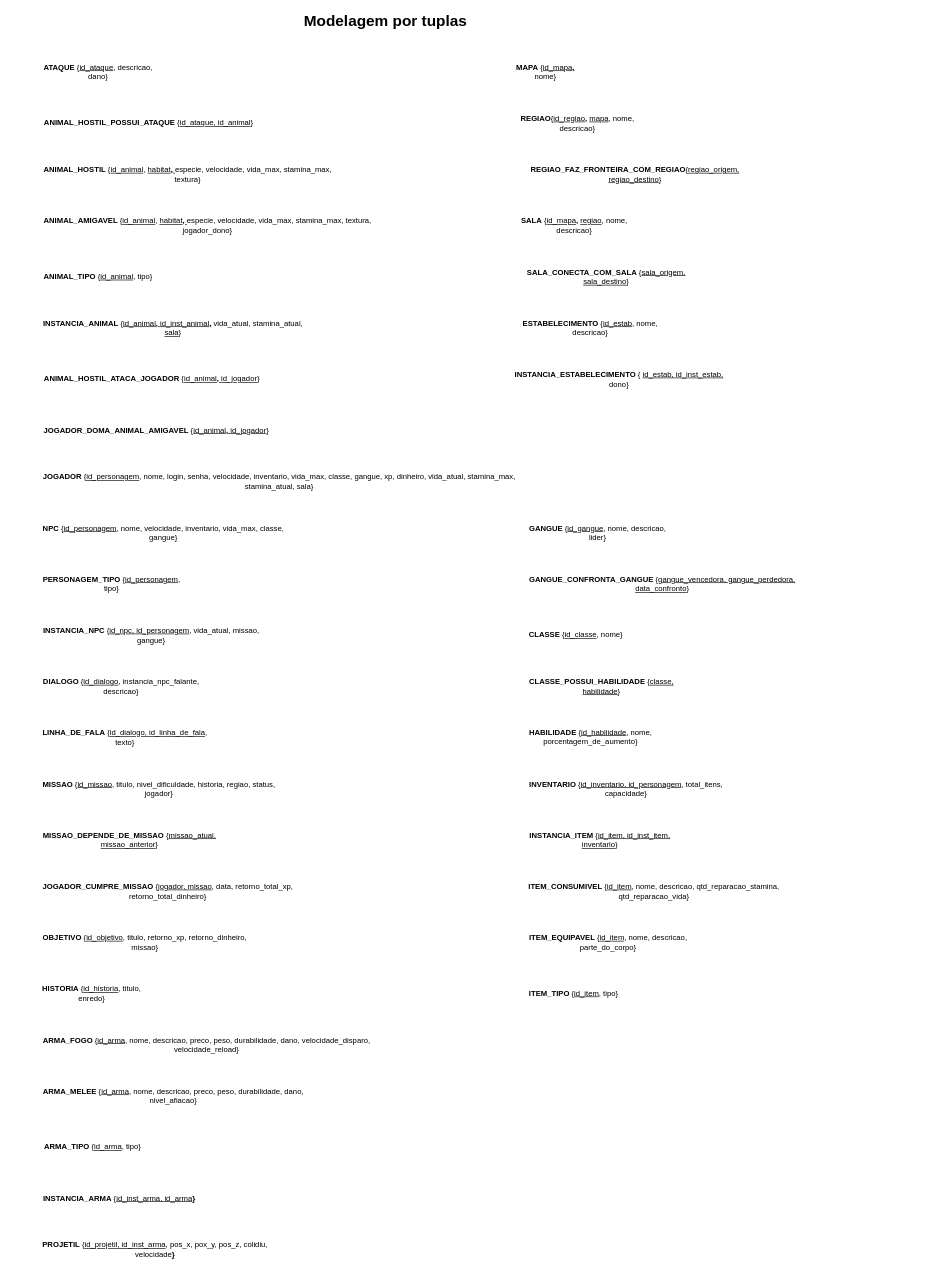
Earlier version of the draw.io diagram entregas/entrega1/MREL/MREL_tuplas.drawio (SBD1/2024.1-Red_Dead_Redemption2). Source tidied: cells renumbered, new cells numbered last; positions are measured from the earlier drawing's top-left corner, leaving out a move shared by most shapes. Both pictures are drawn from the tidied source at 64%, with x=0, y=0 at pixel (11, 11).
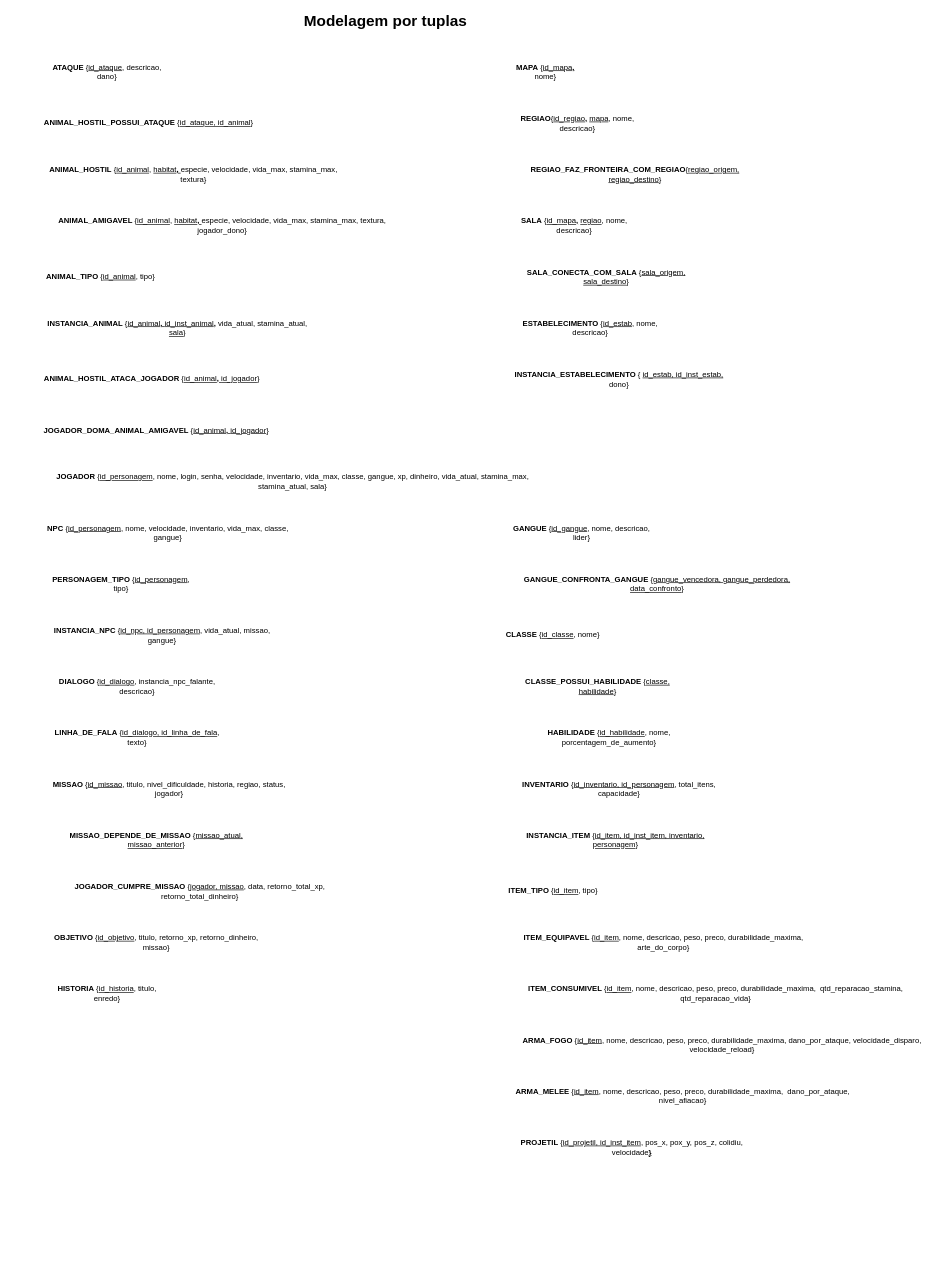
After the change.

Diff of the diagram source:
```diff
@@
     <mxCell id="3" value="&lt;b&gt;ANIMAL_HOSTIL&amp;nbsp;&lt;/b&gt;{&lt;u&gt;id_animal&lt;/u&gt;, &lt;u&gt;habitat&lt;/u&gt;&lt;b&gt;&lt;u&gt;,&amp;nbsp;&lt;/u&gt;&lt;/b&gt;especie, velocidade, vida_max, stamina_max, textura}" style="text;html=1;align=center;verticalAlign=middle;whiteSpace=wrap;rounded=0;" parent="1" vertex="1">
-      <mxGeometry x="41" y="240" width="470" height="30" as="geometry" />
+      <mxGeometry x="50" y="240" width="470" height="30" as="geometry" />
     </mxCell>
     <mxCell id="4" value="&lt;b&gt;ANIMAL_AMIGAVEL&amp;nbsp;&lt;/b&gt;{&lt;u&gt;id_animal&lt;/u&gt;, &lt;u&gt;habitat&lt;/u&gt;&lt;u style=&quot;font-weight: bold;&quot;&gt;,&amp;nbsp;&lt;/u&gt;especie,&amp;nbsp;velocidade, vida_max, stamina_max, textura, jogador_dono}" style="text;html=1;align=center;verticalAlign=middle;whiteSpace=wrap;rounded=0;" parent="1" vertex="1">
-      <mxGeometry x="27" y="320" width="560" height="30" as="geometry" />
+      <mxGeometry x="50" y="320" width="560" height="30" as="geometry" />
     </mxCell>
     <mxCell id="5" value="&lt;b&gt;ATAQUE&lt;/b&gt;&amp;nbsp;{&lt;u&gt;id_ataque&lt;/u&gt;, descricao, dano}" style="text;align=center;verticalAlign=middle;whiteSpace=wrap;rounded=0;html=1;" parent="1" vertex="1">
-      <mxGeometry x="36" y="80" width="200" height="30" as="geometry" />
+      <mxGeometry x="50" y="80" width="200" height="30" as="geometry" />
     </mxCell>
@@
     <mxCell id="7" value="&lt;b&gt;INSTANCIA_ANIMAL&lt;/b&gt;&amp;nbsp;{&lt;u&gt;id_animal&lt;/u&gt;&lt;u style=&quot;font-weight: bold;&quot;&gt;, &lt;/u&gt;&lt;u&gt;id_inst_animal&lt;/u&gt;&lt;u style=&quot;font-weight: bold;&quot;&gt;,&lt;/u&gt; vida_atual, stamina_atual, &lt;u&gt;sala&lt;/u&gt;}" style="text;align=center;verticalAlign=middle;whiteSpace=wrap;rounded=0;html=1;" parent="1" vertex="1">
-      <mxGeometry x="43" y="480" width="420" height="30" as="geometry" />
+      <mxGeometry x="50" y="480" width="420" height="30" as="geometry" />
     </mxCell>
     <mxCell id="8" value="&lt;b&gt;ANIMAL_TIPO&amp;nbsp;&lt;/b&gt;{&lt;u&gt;id_animal&lt;/u&gt;, tipo}" style="text;html=1;align=center;verticalAlign=middle;whiteSpace=wrap;rounded=0;" parent="1" vertex="1">
-      <mxGeometry x="46" y="400" width="180" height="30" as="geometry" />
+      <mxGeometry x="50" y="400" width="180" height="30" as="geometry" />
     </mxCell>
@@
     <mxCell id="18" value="&lt;b&gt;INSTANCIA_NPC&lt;/b&gt; {&lt;u&gt;id_npc, id_personagem&lt;/u&gt;, vida_atual, missao, gangue}" style="text;align=center;verticalAlign=middle;whiteSpace=wrap;rounded=0;html=1;" parent="1" vertex="1">
-      <mxGeometry x="34" y="960" width="370" height="30" as="geometry" />
+      <mxGeometry x="52" y="960" width="368" height="30" as="geometry" />
     </mxCell>
     <mxCell id="19" value="&lt;div style=&quot;text-align: center;&quot;&gt;&lt;span style=&quot;background-color: initial; text-align: start;&quot;&gt;&lt;b&gt;JOGADOR&lt;/b&gt;&lt;/span&gt;&lt;span style=&quot;background-color: initial;&quot;&gt;&amp;nbsp;{&lt;u&gt;id_personagem&lt;/u&gt;, nome, login, senha, velocidade, inventario, vida_max, classe, gangue, xp, dinheiro, vida_atual, stamina_max, stamina_atual, sala}&lt;/span&gt;&lt;/div&gt;" style="text;align=center;verticalAlign=middle;whiteSpace=wrap;rounded=0;html=1;" parent="1" vertex="1">
-      <mxGeometry x="29" y="720" width="780" height="30" as="geometry" />
+      <mxGeometry x="50" y="720" width="780" height="30" as="geometry" />
     </mxCell>
     <mxCell id="20" value="&lt;div style=&quot;text-align: center;&quot;&gt;&lt;span style=&quot;background-color: initial; text-align: start;&quot;&gt;&lt;b&gt;NPC&lt;/b&gt;&lt;/span&gt;&lt;span style=&quot;background-color: initial;&quot;&gt;&amp;nbsp;{&lt;u&gt;id_personagem&lt;/u&gt;, nome, velocidade, inventario, vida_max, classe, gangue&lt;u&gt;}&lt;/u&gt;&lt;/span&gt;&lt;/div&gt;" style="text;align=center;verticalAlign=middle;whiteSpace=wrap;rounded=0;html=1;" parent="1" vertex="1">
-      <mxGeometry x="43" y="800" width="390" height="30" as="geometry" />
+      <mxGeometry x="50" y="800" width="390" height="30" as="geometry" />
     </mxCell>
     <mxCell id="21" value="&lt;div style=&quot;text-align: center;&quot;&gt;&lt;span style=&quot;background-color: initial; text-align: start;&quot;&gt;&lt;b&gt;PERSONAGEM_TIPO&lt;/b&gt;&lt;/span&gt;&lt;span style=&quot;background-color: initial;&quot;&gt;&amp;nbsp;{&lt;u&gt;id_personagem&lt;/u&gt;, tipo}&lt;/span&gt;&lt;/div&gt;" style="text;align=center;verticalAlign=middle;whiteSpace=wrap;rounded=0;html=1;" parent="1" vertex="1">
-      <mxGeometry x="37" y="880" width="240" height="30" as="geometry" />
+      <mxGeometry x="52" y="880" width="240" height="30" as="geometry" />
     </mxCell>
     <mxCell id="22" value="&lt;b&gt;DIALOGO&lt;/b&gt;&amp;nbsp;{&lt;u&gt;id_dialogo&lt;/u&gt;, instancia_npc_falante, descricao}" style="text;align=center;verticalAlign=middle;whiteSpace=wrap;rounded=0;html=1;" parent="1" vertex="1">
-      <mxGeometry x="27" y="1040" width="290" height="30" as="geometry" />
+      <mxGeometry x="52" y="1040" width="290" height="30" as="geometry" />
     </mxCell>
     <mxCell id="23" value="&lt;b&gt;LINHA_DE_FALA&lt;/b&gt;&amp;nbsp;{&lt;u&gt;id_dialogo, id_linha_de_fala&lt;/u&gt;, texto}" style="text;align=center;verticalAlign=middle;whiteSpace=wrap;rounded=0;html=1;" parent="1" vertex="1">
-      <mxGeometry x="33" y="1120" width="290" height="30" as="geometry" />
+      <mxGeometry x="52" y="1120" width="290" height="30" as="geometry" />
     </mxCell>
     <mxCell id="24" value="&lt;b&gt;MISSAO&lt;/b&gt;&amp;nbsp;{&lt;u&gt;id_missao&lt;/u&gt;, titulo, nivel_dificuldade, historia, regiao, status, jogador}" style="text;align=center;verticalAlign=middle;whiteSpace=wrap;rounded=0;html=1;" parent="1" vertex="1">
-      <mxGeometry x="36" y="1200" width="390" height="30" as="geometry" />
+      <mxGeometry x="52" y="1200" width="390" height="30" as="geometry" />
     </mxCell>
     <mxCell id="25" value="&lt;div style=&quot;text-align: center;&quot;&gt;&lt;span style=&quot;background-color: initial; text-align: start;&quot;&gt;&lt;b&gt;HISTORIA&lt;/b&gt;&lt;/span&gt;&lt;span style=&quot;background-color: initial;&quot;&gt;&amp;nbsp;{&lt;u&gt;id_historia&lt;/u&gt;, titulo, enredo}&lt;/span&gt;&lt;/div&gt;" style="text;align=center;verticalAlign=middle;whiteSpace=wrap;rounded=0;html=1;" parent="1" vertex="1">
-      <mxGeometry x="26" y="1520" width="200" height="30" as="geometry" />
+      <mxGeometry x="50" y="1520" width="200" height="30" as="geometry" />
     </mxCell>
     <mxCell id="26" value="&lt;div style=&quot;text-align: center;&quot;&gt;&lt;span style=&quot;background-color: initial; text-align: start;&quot;&gt;&lt;b&gt;OBJETIVO&lt;/b&gt;&lt;/span&gt;&lt;span style=&quot;background-color: initial;&quot;&gt;&amp;nbsp;{&lt;u&gt;id_objetivo&lt;/u&gt;, titulo,&amp;nbsp;retorno_xp, retorno_dinheiro, missao}&lt;/span&gt;&lt;/div&gt;" style="text;align=center;verticalAlign=middle;whiteSpace=wrap;rounded=0;html=1;" parent="1" vertex="1">
-      <mxGeometry x="34" y="1440" width="350" height="30" as="geometry" />
+      <mxGeometry x="52" y="1440" width="350" height="30" as="geometry" />
     </mxCell>
     <mxCell id="27" value="&lt;b&gt;MISSAO_DEPENDE_DE_MISSAO&lt;/b&gt;&amp;nbsp;{&lt;u&gt;missao_atual, missao_anterior&lt;/u&gt;}" style="text;align=center;verticalAlign=middle;whiteSpace=wrap;rounded=0;html=1;" parent="1" vertex="1">
-      <mxGeometry x="10" y="1280" width="350" height="30" as="geometry" />
+      <mxGeometry x="52" y="1280" width="350" height="30" as="geometry" />
     </mxCell>
     <mxCell id="28" value="&lt;b&gt;JOGADOR_CUMPRE_MISSAO&lt;/b&gt;&amp;nbsp;{&lt;u&gt;jogador,&amp;nbsp;missao&lt;/u&gt;, data, retorno_total_xp, retorno_total_dinheiro}" style="text;align=center;verticalAlign=middle;whiteSpace=wrap;rounded=0;html=1;" parent="1" vertex="1">
-      <mxGeometry y="1360" width="490" height="30" as="geometry" />
+      <mxGeometry x="50" y="1360" width="490" height="30" as="geometry" />
     </mxCell>
     <mxCell id="29" value="&lt;div style=&quot;text-align: center;&quot;&gt;&lt;span style=&quot;background-color: initial; text-align: start;&quot;&gt;&lt;b&gt;GANGUE&lt;/b&gt;&lt;/span&gt;&lt;span style=&quot;background-color: initial;&quot;&gt;&amp;nbsp;{&lt;u&gt;id_gangue&lt;/u&gt;, nome, descricao, lider}&lt;/span&gt;&lt;/div&gt;" style="text;align=center;verticalAlign=middle;whiteSpace=wrap;rounded=0;html=1;" parent="1" vertex="1">
-      <mxGeometry x="797" y="800" width="239" height="30" as="geometry" />
+      <mxGeometry x="772" y="800" width="239" height="30" as="geometry" />
     </mxCell>
     <mxCell id="30" value="&lt;b&gt;CLASSE&lt;/b&gt; {&lt;u&gt;id_classe&lt;/u&gt;, nome}" style="text;align=center;verticalAlign=middle;whiteSpace=wrap;rounded=0;html=1;" parent="1" vertex="1">
-      <mxGeometry x="808" y="960" width="149" height="30" as="geometry" />
+      <mxGeometry x="772" y="960" width="149" height="30" as="geometry" />
     </mxCell>
     <mxCell id="31" value="&lt;b&gt;HABILIDADE&lt;/b&gt;&amp;nbsp;{&lt;u&gt;id_habilidade&lt;/u&gt;, nome, porcentagem_de_aumento}" style="text;align=center;verticalAlign=middle;whiteSpace=wrap;rounded=0;html=1;" parent="1" vertex="1">
-      <mxGeometry x="741" y="1119" width="329" height="30" as="geometry" />
+      <mxGeometry x="770" y="1120" width="329" height="30" as="geometry" />
     </mxCell>
     <mxCell id="32" value="&lt;b&gt;CLASSE_POSSUI_HABILIDADE&lt;/b&gt;&amp;nbsp;{&lt;u&gt;classe, habilidade&lt;/u&gt;}" style="text;align=center;verticalAlign=middle;whiteSpace=wrap;rounded=0;html=1;" parent="1" vertex="1">
-      <mxGeometry x="778" y="1040" width="289" height="30" as="geometry" />
+      <mxGeometry x="772" y="1040" width="289" height="30" as="geometry" />
     </mxCell>
     <mxCell id="33" value="&lt;div style=&quot;text-align: center;&quot;&gt;&lt;span style=&quot;background-color: initial; text-align: start;&quot;&gt;&lt;b&gt;GANGUE_CONFRONTA_GANGUE&lt;/b&gt;&lt;/span&gt;&lt;span style=&quot;background-color: initial;&quot;&gt;&amp;nbsp;{&lt;u&gt;gangue_vencedora, gangue_perdedora, data_confronto&lt;/u&gt;}&lt;/span&gt;&lt;/div&gt;" style="text;align=center;verticalAlign=middle;whiteSpace=wrap;rounded=0;html=1;" parent="1" vertex="1">
-      <mxGeometry x="778" y="880" width="479" height="30" as="geometry" />
+      <mxGeometry x="770" y="880" width="479" height="30" as="geometry" />
     </mxCell>
-    <mxCell id="34" value="&lt;div style=&quot;text-align: center;&quot;&gt;&lt;span style=&quot;background-color: initial; text-align: start;&quot;&gt;&lt;b&gt;INSTANCIA_ITEM&lt;/b&gt;&lt;/span&gt;&lt;span style=&quot;background-color: initial;&quot;&gt;&amp;nbsp;{&lt;u&gt;id_item, id_inst_item, inventario&lt;/u&gt;}&lt;/span&gt;&lt;/div&gt;" style="text;align=center;verticalAlign=middle;whiteSpace=wrap;rounded=0;html=1;" parent="1" vertex="1">
-      <mxGeometry x="780" y="1280" width="280" height="30" as="geometry" />
+    <mxCell id="34" value="&lt;div style=&quot;text-align: center;&quot;&gt;&lt;span style=&quot;background-color: initial; text-align: start;&quot;&gt;&lt;b&gt;INSTANCIA_ITEM&lt;/b&gt;&lt;/span&gt;&lt;span style=&quot;background-color: initial;&quot;&gt;&amp;nbsp;{&lt;u&gt;id_item, id_inst_item, inventario, personagem&lt;/u&gt;}&lt;/span&gt;&lt;/div&gt;" style="text;align=center;verticalAlign=middle;whiteSpace=wrap;rounded=0;html=1;" parent="1" vertex="1">
+      <mxGeometry x="769" y="1280" width="351" height="30" as="geometry" />
     </mxCell>
     <mxCell id="35" value="&lt;div style=&quot;text-align: center;&quot;&gt;&lt;span style=&quot;background-color: initial; text-align: start;&quot;&gt;&lt;b&gt;INVENTARIO&lt;/b&gt;&lt;/span&gt;&lt;span style=&quot;background-color: initial;&quot;&gt;&amp;nbsp;{&lt;u&gt;id_inventario, id_personagem&lt;/u&gt;, total_itens, capacidade}&lt;/span&gt;&lt;/div&gt;" style="text;align=center;verticalAlign=middle;whiteSpace=wrap;rounded=0;html=1;" parent="1" vertex="1">
-      <mxGeometry x="781" y="1200" width="360" height="30" as="geometry" />
+      <mxGeometry x="770" y="1200" width="360" height="30" as="geometry" />
     </mxCell>
-    <mxCell id="36" value="&lt;div style=&quot;text-align: center;&quot;&gt;&lt;span style=&quot;background-color: initial; text-align: start;&quot;&gt;&lt;b&gt;ITEM_CONSUMIVEL&lt;/b&gt;&lt;/span&gt;&lt;span style=&quot;background-color: initial;&quot;&gt;&amp;nbsp;{&lt;u&gt;id_item&lt;/u&gt;, nome, descricao, qtd_reparacao_stamina, qtd_reparacao_vida}&lt;/span&gt;&lt;/div&gt;" style="text;align=center;verticalAlign=middle;whiteSpace=wrap;rounded=0;html=1;" parent="1" vertex="1">
-      <mxGeometry x="765" y="1360" width="479" height="30" as="geometry" />
+    <mxCell id="36" value="&lt;div style=&quot;text-align: center;&quot;&gt;&lt;span style=&quot;background-color: initial; text-align: start;&quot;&gt;&lt;b&gt;ITEM_CONSUMIVEL&lt;/b&gt;&lt;/span&gt;&lt;span style=&quot;background-color: initial;&quot;&gt;&amp;nbsp;{&lt;/span&gt;&lt;u style=&quot;background-color: initial;&quot;&gt;id_item&lt;/u&gt;&lt;span style=&quot;background-color: initial;&quot;&gt;, nome, descricao, peso, preco, durabilidade_maxima,&lt;/span&gt;&lt;span style=&quot;background-color: initial;&quot;&gt;&amp;nbsp;&lt;/span&gt;&lt;span style=&quot;background-color: initial;&quot;&gt;&amp;nbsp;qtd_reparacao_stamina, qtd_reparacao_vida}&lt;/span&gt;&lt;/div&gt;" style="text;align=center;verticalAlign=middle;whiteSpace=wrap;rounded=0;html=1;" parent="1" vertex="1">
+      <mxGeometry x="772" y="1520" width="658" height="30" as="geometry" />
     </mxCell>
-    <mxCell id="37" value="&lt;div style=&quot;text-align: center;&quot;&gt;&lt;span style=&quot;background-color: initial; text-align: start;&quot;&gt;&lt;b&gt;ITEM_EQUIPAVEL&lt;/b&gt;&lt;/span&gt;&lt;span style=&quot;background-color: initial;&quot;&gt;&amp;nbsp;{&lt;u&gt;id_item&lt;/u&gt;, nome, descricao, parte_do_corpo}&lt;/span&gt;&lt;/div&gt;" style="text;align=center;verticalAlign=middle;whiteSpace=wrap;rounded=0;html=1;" parent="1" vertex="1">
-      <mxGeometry x="769" y="1440" width="328" height="30" as="geometry" />
+    <mxCell id="37" value="&lt;div style=&quot;text-align: center;&quot;&gt;&lt;span style=&quot;background-color: initial; text-align: start;&quot;&gt;&lt;b&gt;ITEM_EQUIPAVEL&lt;/b&gt;&lt;/span&gt;&lt;span style=&quot;background-color: initial;&quot;&gt;&amp;nbsp;{&lt;u&gt;id_item&lt;/u&gt;, nome, descricao, peso, preco, durabilidade_maxima, arte_do_corpo}&lt;/span&gt;&lt;/div&gt;" style="text;align=center;verticalAlign=middle;whiteSpace=wrap;rounded=0;html=1;" parent="1" vertex="1">
+      <mxGeometry x="769" y="1440" width="501" height="30" as="geometry" />
     </mxCell>
     <mxCell id="38" value="&lt;div style=&quot;text-align: center;&quot;&gt;&lt;span style=&quot;background-color: initial; text-align: start;&quot;&gt;&lt;b&gt;ITEM_TIPO&lt;/b&gt;&lt;/span&gt;&lt;span style=&quot;background-color: initial;&quot;&gt;&amp;nbsp;{&lt;u&gt;id_item&lt;/u&gt;, tipo}&lt;/span&gt;&lt;/div&gt;" style="text;align=center;verticalAlign=middle;whiteSpace=wrap;rounded=0;html=1;" parent="1" vertex="1">
-      <mxGeometry x="804" y="1520" width="150" height="30" as="geometry" />
+      <mxGeometry x="772" y="1360" width="150" height="30" as="geometry" />
     </mxCell>
-    <mxCell id="39" value="&lt;b&gt;ARMA_MELEE&lt;/b&gt;&amp;nbsp;{&lt;u&gt;id_arma&lt;/u&gt;, nome, descricao, preco, peso, durabilidade, dano, nivel_afiacao}" style="text;align=center;verticalAlign=middle;whiteSpace=wrap;rounded=0;html=1;" parent="1" vertex="1">
-      <mxGeometry x="24" y="1680" width="459" height="30" as="geometry" />
+    <mxCell id="39" value="&lt;b&gt;ARMA_MELEE&lt;/b&gt;&amp;nbsp;{&lt;u&gt;id_item&lt;/u&gt;, nome, descricao, peso, preco, durabilidade_maxima,&amp;nbsp;&amp;nbsp;dano_por_ataque, nivel_afiacao}" style="text;align=center;verticalAlign=middle;whiteSpace=wrap;rounded=0;html=1;" parent="1" vertex="1">
+      <mxGeometry x="769" y="1680" width="561" height="30" as="geometry" />
     </mxCell>
-    <mxCell id="40" value="&lt;b&gt;INSTANCIA_ARMA&lt;/b&gt; {&lt;u&gt;id_inst_arma, id_arma&lt;b&gt;}&lt;/b&gt;&lt;/u&gt;" style="text;align=center;verticalAlign=middle;whiteSpace=wrap;rounded=0;html=1;" parent="1" vertex="1">
-      <mxGeometry x="49" y="1840" width="240" height="30" as="geometry" />
-    </mxCell>
-    <mxCell id="41" value="&lt;b&gt;PROJETIL&lt;/b&gt;&amp;nbsp;{&lt;u style=&quot;&quot;&gt;id_projetil, id_inst_arma&lt;/u&gt;, pos_x, pox_y, pos_z, colidiu, velocidade&lt;u&gt;&lt;b&gt;}&lt;/b&gt;&lt;/u&gt;" style="text;align=center;verticalAlign=middle;whiteSpace=wrap;rounded=0;html=1;" parent="1" vertex="1">
-      <mxGeometry x="23.5" y="1920" width="401.5" height="30" as="geometry" />
+    <mxCell id="41" value="&lt;b&gt;PROJETIL&lt;/b&gt;&amp;nbsp;{&lt;u style=&quot;&quot;&gt;id_projetil, id_inst_item&lt;/u&gt;, pos_x, pox_y, pos_z, colidiu, velocidade&lt;u&gt;&lt;b&gt;}&lt;/b&gt;&lt;/u&gt;" style="text;align=center;verticalAlign=middle;whiteSpace=wrap;rounded=0;html=1;" parent="1" vertex="1">
+      <mxGeometry x="769" y="1760" width="401.5" height="30" as="geometry" />
     </mxCell>
-    <mxCell id="42" value="&lt;b&gt;ARMA_FOGO&lt;/b&gt; {&lt;u&gt;id_arma&lt;/u&gt;, nome, descricao, preco, peso, durabilidade, dano, velocidade_disparo, velocidade_reload}" style="text;align=center;verticalAlign=middle;whiteSpace=wrap;rounded=0;html=1;" parent="1" vertex="1">
-      <mxGeometry x="21" y="1600" width="569" height="30" as="geometry" />
+    <mxCell id="42" value="&lt;b&gt;ARMA_FOGO&lt;/b&gt; {&lt;u&gt;id_item&lt;/u&gt;, nome, descricao, peso, preco, durabilidade_maxima, dano_por_ataque, velocidade_disparo, velocidade_reload}" style="text;align=center;verticalAlign=middle;whiteSpace=wrap;rounded=0;html=1;" parent="1" vertex="1">
+      <mxGeometry x="772" y="1600" width="678" height="30" as="geometry" />
     </mxCell>
-    <mxCell id="43" value="&lt;b&gt;ARMA_TIPO&lt;/b&gt;&amp;nbsp;{&lt;u&gt;id_arma&lt;/u&gt;, tipo}" style="text;align=center;verticalAlign=middle;whiteSpace=wrap;rounded=0;html=1;" parent="1" vertex="1">
-      <mxGeometry x="48" y="1760" width="159" height="30" as="geometry" />
-    </mxCell>
```
